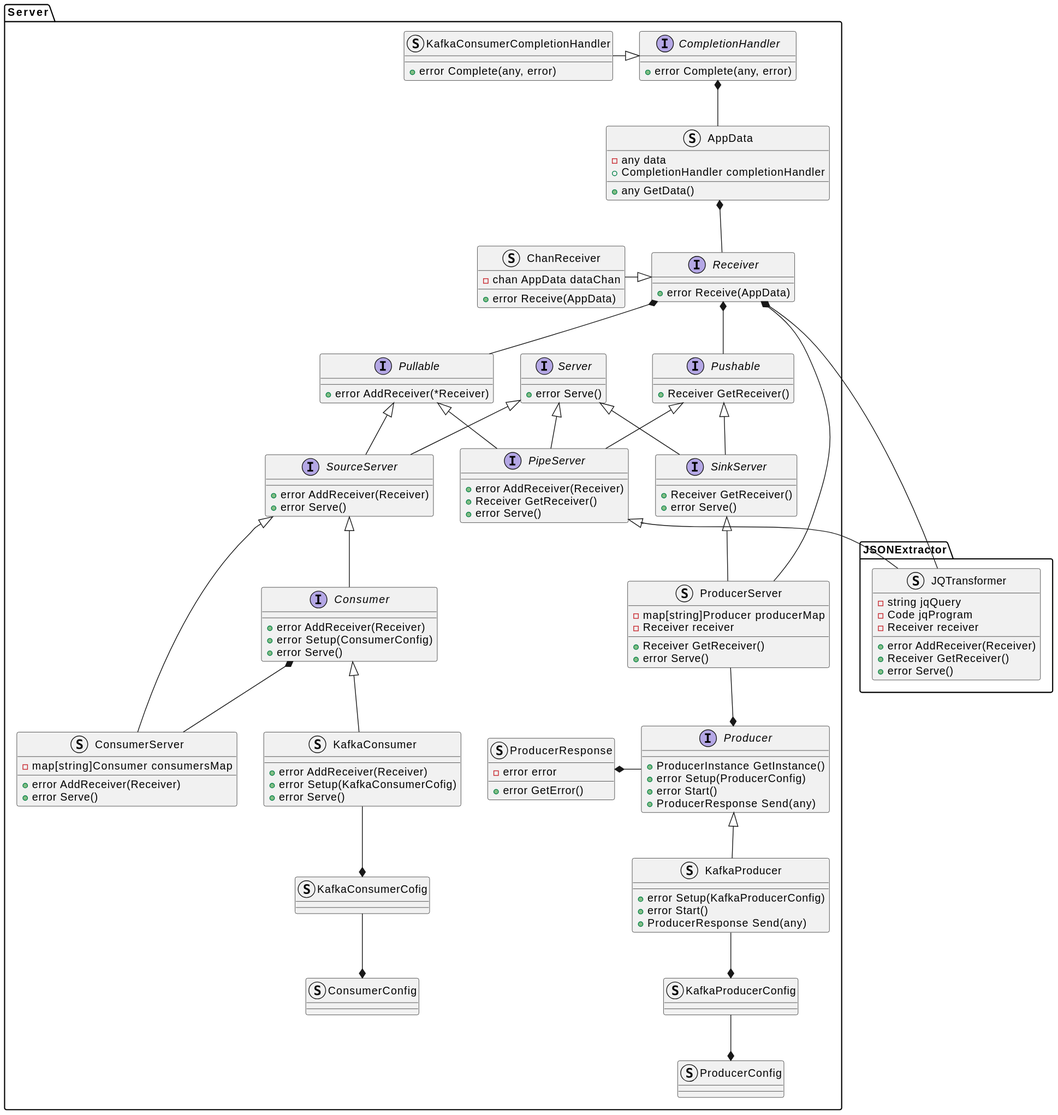
xtuml/otel2pv keeps this PlantUML diagram as docs/design_notes/DN1_JSON_Extractor/class_diagram.svg. Above is the earlier version.
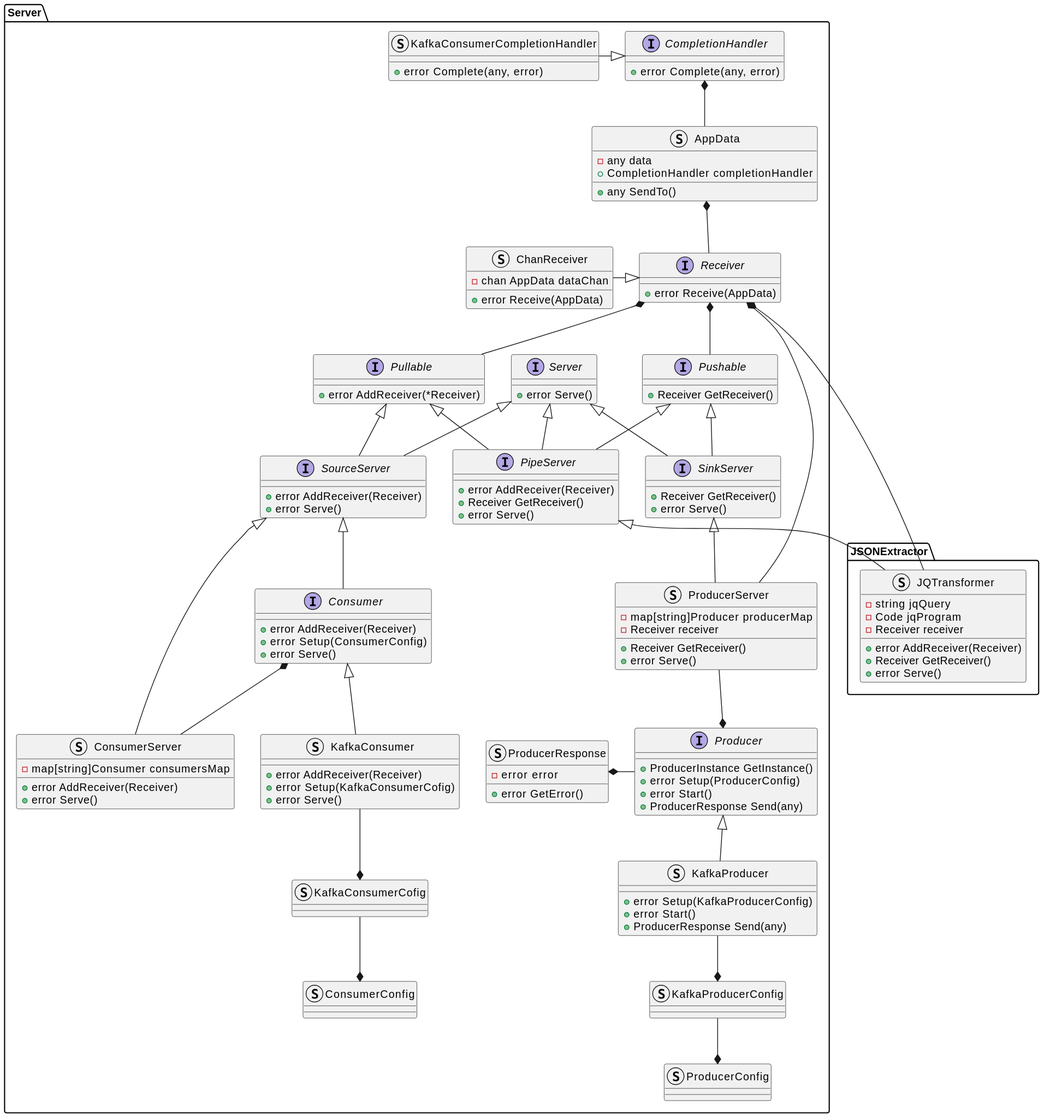
Above is the later version.

Diff of the diagram source:
```diff
@@ -19,7 +19,7 @@
     struct AppData {
         -any data
         +CompletionHandler completionHandler
-        +any GetData()
+        +any SendTo()
     }
     interface Receiver {
         +error Receive(AppData)
```
